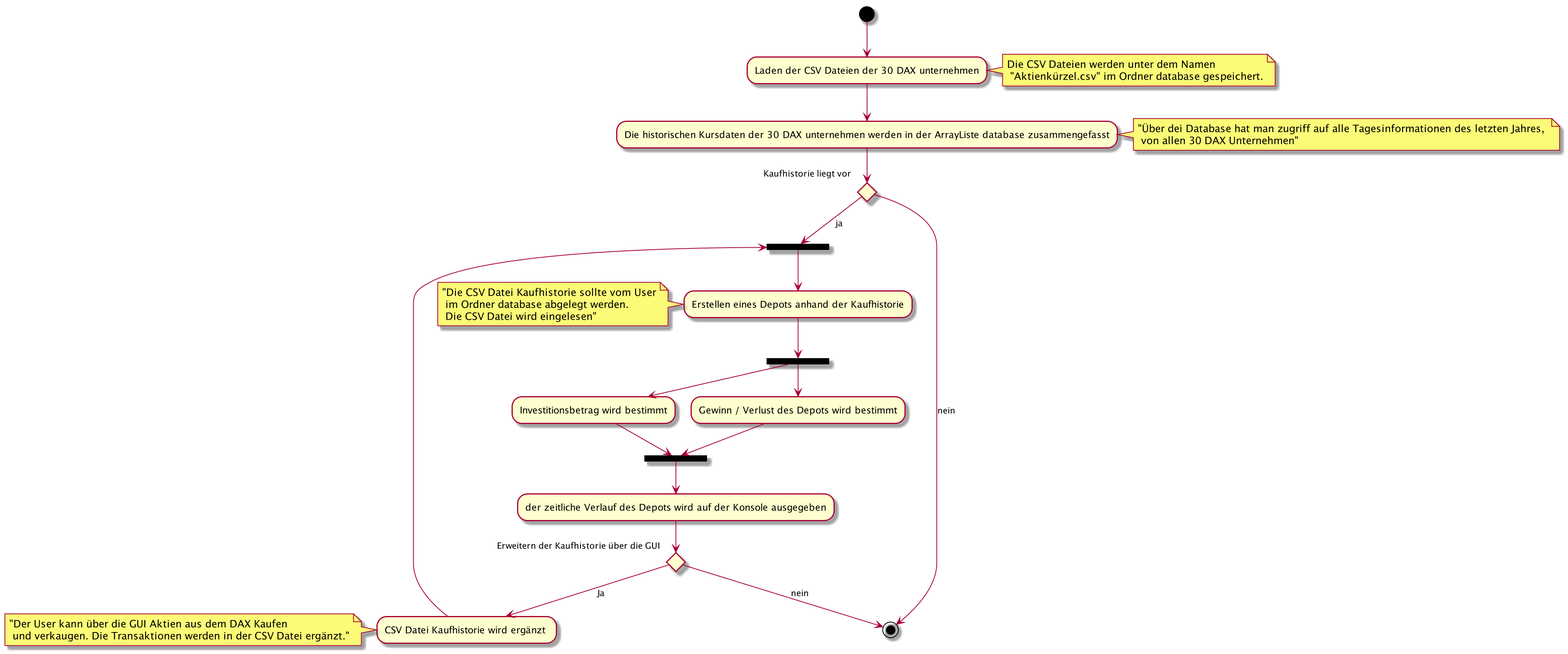
Before: Aktivitaetsdiagramm.png, a diagram exported from PlantUML (FinnFreiheit/AbschlussProjekt). Its diagram source:
```plantuml
@startuml
(*) --> "Laden der CSV Dateien der 30 DAX unternehmen"
note right : Die CSV Dateien werden unter dem Namen \n "Aktienkürzel.csv" im Ordner database gespeichert.
--> "Die historischen Kursdaten der 30 DAX unternehmen werden in der ArrayListe database zusammengefasst"
note right : "Über dei Database hat man zugriff auf alle Tagesinformationen des letzten Jahres, \n von allen 30 DAX Unternehmen"
If "Kaufhistorie liegt vor"
    --> [ja]===s0===
    --> "Erstellen eines Depots anhand der Kaufhistorie"
    note left : "Die CSV Datei Kaufhistorie sollte vom User\n im Ordner database abgelegt werden.\n Die CSV Datei wird eingelesen"
    --> ===s1===
    -->"Gewinn / Verlust des Depots wird bestimmt"
    --> ===s2===
     ===s1=== -->"Investitionsbetrag wird bestimmt"
    --> ===s2===
    --> "der zeitliche Verlauf des Depots wird auf der Konsole ausgegeben"
    if " Erweitern der Kaufhistorie über die GUI"
        --> [Ja] "CSV Datei Kaufhistorie wird ergänzt "
        note left : "Der User kann über die GUI Aktien aus dem DAX Kaufen \n und verkaugen. Die Transaktionen werden in der CSV Datei ergänzt."
        --> ===s0===
    Else
    --> [nein](*)
    endif
Else
    --> [nein] (*)





@enduml
```
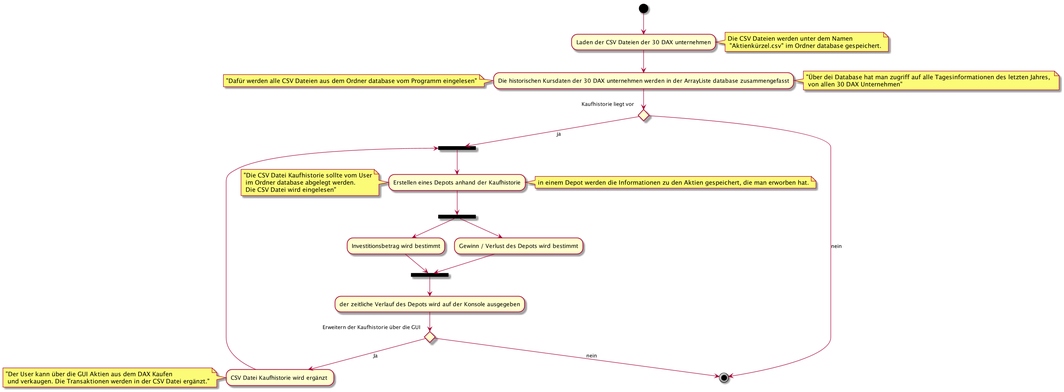
After the commit.

The edit, as a diff of the source:
```diff
@@ -2,11 +2,13 @@
 (*) --> "Laden der CSV Dateien der 30 DAX unternehmen"
 note right : Die CSV Dateien werden unter dem Namen \n "Aktienkürzel.csv" im Ordner database gespeichert.
 --> "Die historischen Kursdaten der 30 DAX unternehmen werden in der ArrayListe database zusammengefasst"
+note left : "Dafür werden alle CSV Dateien aus dem Ordner database vom Programm eingelesen"
 note right : "Über dei Database hat man zugriff auf alle Tagesinformationen des letzten Jahres, \n von allen 30 DAX Unternehmen"
 If "Kaufhistorie liegt vor"
     --> [ja]===s0===
     --> "Erstellen eines Depots anhand der Kaufhistorie"
     note left : "Die CSV Datei Kaufhistorie sollte vom User\n im Ordner database abgelegt werden.\n Die CSV Datei wird eingelesen"
+    note right : in einem Depot werden die Informationen zu den Aktien gespeichert, die man erworben hat.
     --> ===s1===
     -->"Gewinn / Verlust des Depots wird bestimmt"
     --> ===s2===
```
